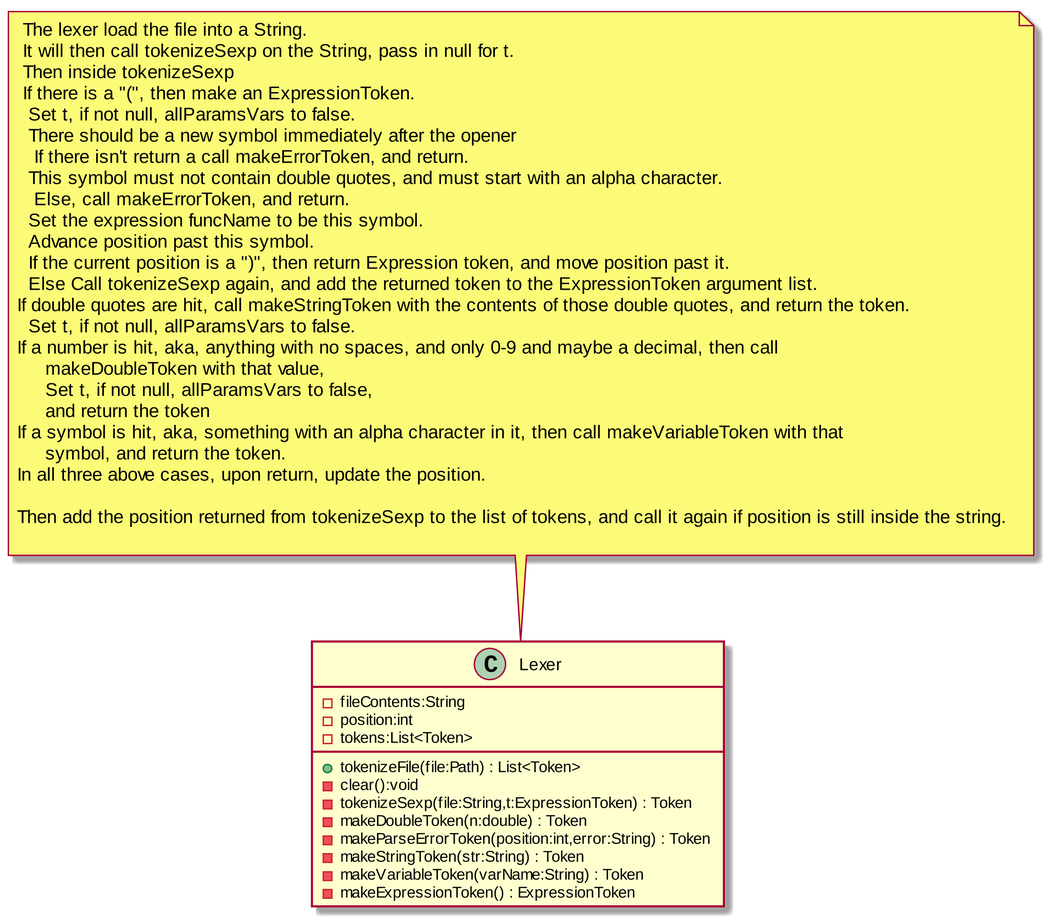
Before: Structure_UML/LexerUML.png, a diagram exported from PlantUML (MatthewBregg/DesignPatternsRepo).
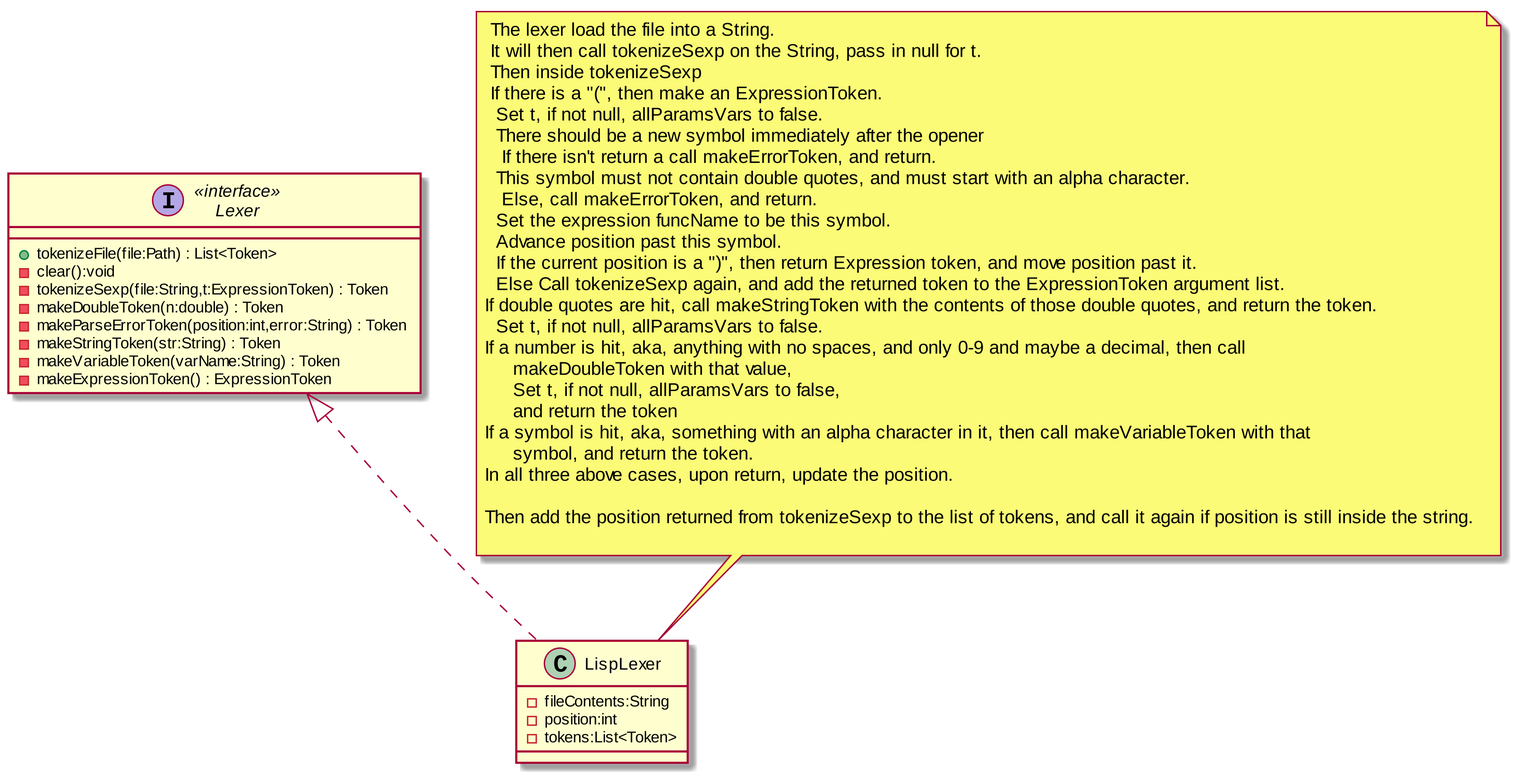
Later version of the same file.

Commit message:
Updated some stuff  - More on Builder in final doc  - Lexer is now an interface  - ScriptEvaluator is now an interface

The edit, as a diff of the source:
```diff
@@ -1,20 +1,23 @@
 @startuml
 skinparam dpi 300
 
-class Lexer
+interface Lexer<<interface>>
 Lexer : +tokenizeFile(file:Path) : List<Token>
 Lexer : -clear():void
-Lexer : -fileContents:String
-Lexer : -position:int
 Lexer : -tokenizeSexp(file:String,t:ExpressionToken) : Token
-Lexer : -tokens:List<Token>
 Lexer : -makeDoubleToken(n:double) : Token
 Lexer : -makeParseErrorToken(position:int,error:String) : Token
 Lexer : -makeStringToken(str:String) : Token
 Lexer : -makeVariableToken(varName:String) : Token
 Lexer : -makeExpressionToken() : ExpressionToken
 
-note top of Lexer
+class LispLexer
+LispLexer : -fileContents:String
+LispLexer : -position:int
+Lexer <|.. LispLexer
+LispLexer : -tokens:List<Token>
+
+note top of LispLexer
  The lexer load the file into a String.
  It will then call tokenizeSexp on the String, pass in null for t.
  Then inside tokenizeSexp
```
